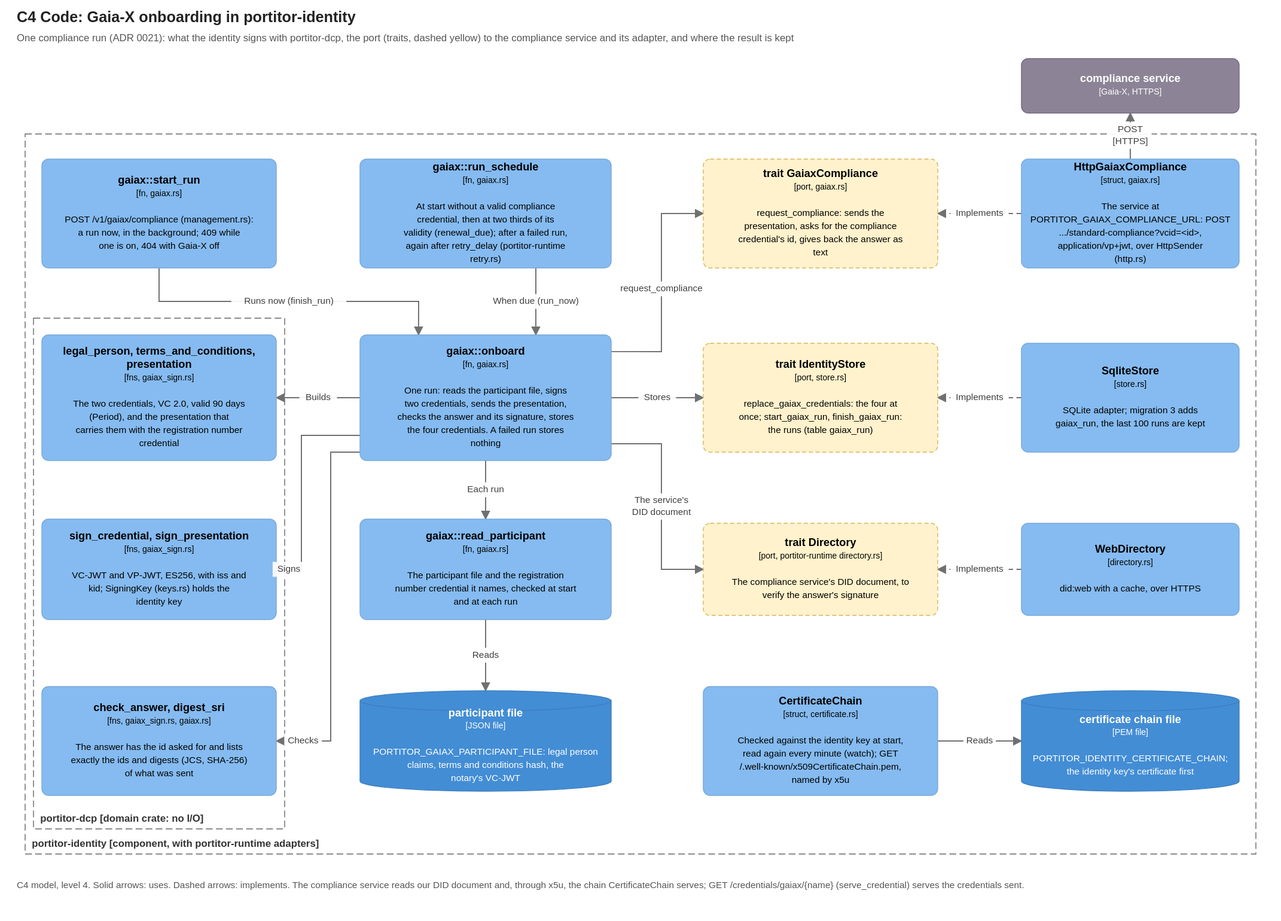
Above: docs/diagrams/c4-gaiax-onboarding-code.drawio.svg in brunopacheco1/portitor (draw.io), before the change. Source tidied: cells renumbered, new cells last; positions are measured from the earlier drawing's top-left corner, leaving out a move shared by most shapes. Source of this version:
```xml
<mxGraphModel background="#FFFFFF">
  <root>
    <mxCell id="0" />
    <mxCell id="1" parent="0" />
    <mxCell id="2" value="C4 Code: Gaia-X onboarding in portitor-identity" style="text;html=1;align=left;verticalAlign=middle;fontSize=18;fontStyle=1;fontColor=#222222;whiteSpace=wrap;" parent="1" vertex="1">
      <mxGeometry width="1490" height="24" as="geometry" />
    </mxCell>
    <mxCell id="3" value="One compliance run (ADR 0021): what the identity signs with portitor-dcp, the port (traits, dashed yellow) to the compliance service and its adapter, and where the result is kept" style="text;html=1;align=left;verticalAlign=middle;fontSize=12;fontStyle=0;fontColor=#555555;whiteSpace=wrap;" parent="1" vertex="1">
      <mxGeometry y="26" width="1490" height="20" as="geometry" />
    </mxCell>
    <mxCell id="4" value="portitor-dcp  [domain crate: no I/O]" style="rounded=0;whiteSpace=wrap;html=1;fillColor=none;dashed=1;dashPattern=8 4;strokeColor=#666666;fontColor=#333333;align=left;verticalAlign=bottom;spacingLeft=8;spacingBottom=4;fontSize=12;fontStyle=1;" parent="1" vertex="1">
      <mxGeometry x="20" y="370" width="300" height="610" as="geometry" />
    </mxCell>
    <mxCell id="5" value="portitor-identity  [component, with portitor-runtime adapters]" style="rounded=0;whiteSpace=wrap;html=1;fillColor=none;dashed=1;dashPattern=8 4;strokeColor=#666666;fontColor=#333333;align=left;verticalAlign=bottom;spacingLeft=8;spacingBottom=4;fontSize=12;fontStyle=1;" parent="1" vertex="1">
      <mxGeometry x="10" y="150" width="1470" height="860" as="geometry" />
    </mxCell>
    <mxCell id="6" value="&lt;b&gt;gaiax::start_run&lt;/b&gt;&lt;br&gt;&lt;font style=&quot;font-size:10px&quot;&gt;[fn, gaiax.rs]&lt;/font&gt;&lt;br&gt;&lt;br&gt;&lt;font style=&quot;font-size:11px&quot;&gt;POST /v1/gaiax/compliance (management.rs): a run now, in the background; 409 while one is on, 404 with Gaia-X off&lt;/font&gt;" style="rounded=1;arcSize=8;whiteSpace=wrap;html=1;fillColor=#85BBF0;strokeColor=#78A8D8;fontColor=#000000;fontSize=13;align=center;verticalAlign=middle;c4Kind=component;c4Name=gaiax::start_run;" parent="1" vertex="1">
      <mxGeometry x="30" y="180" width="280" height="130" as="geometry" />
    </mxCell>
    <mxCell id="7" value="&lt;b&gt;gaiax::run_schedule&lt;/b&gt;&lt;br&gt;&lt;font style=&quot;font-size:10px&quot;&gt;[fn, gaiax.rs]&lt;/font&gt;&lt;br&gt;&lt;br&gt;&lt;font style=&quot;font-size:11px&quot;&gt;At start without a valid compliance credential, then at two thirds of its validity (renewal_due); after a failed run, again after retry_delay (portitor-runtime retry.rs)&lt;/font&gt;" style="rounded=1;arcSize=8;whiteSpace=wrap;html=1;fillColor=#85BBF0;strokeColor=#78A8D8;fontColor=#000000;fontSize=13;align=center;verticalAlign=middle;c4Kind=component;c4Name=gaiax::run_schedule;" parent="1" vertex="1">
      <mxGeometry x="410" y="180" width="300" height="130" as="geometry" />
    </mxCell>
    <mxCell id="8" value="&lt;b&gt;trait GaiaxCompliance&lt;/b&gt;&lt;br&gt;&lt;font style=&quot;font-size:10px&quot;&gt;[port, gaiax.rs]&lt;/font&gt;&lt;br&gt;&lt;br&gt;&lt;font style=&quot;font-size:11px&quot;&gt;request_compliance: sends the presentation, asks for the compliance credential&amp;#x27;s id, gives back the answer as text&lt;/font&gt;" style="rounded=1;arcSize=8;whiteSpace=wrap;html=1;fillColor=#FFF2CC;strokeColor=#D6B656;dashed=1;dashPattern=5 3;fontColor=#000000;fontSize=13;align=center;verticalAlign=middle;c4Kind=port;c4Name=trait GaiaxCompliance;" parent="1" vertex="1">
      <mxGeometry x="820" y="180" width="280" height="130" as="geometry" />
    </mxCell>
    <mxCell id="9" value="&lt;b&gt;HttpGaiaxCompliance&lt;/b&gt;&lt;br&gt;&lt;font style=&quot;font-size:10px&quot;&gt;[struct, gaiax.rs]&lt;/font&gt;&lt;br&gt;&lt;br&gt;&lt;font style=&quot;font-size:11px&quot;&gt;The service at PORTITOR_GAIAX_COMPLIANCE_URL: POST .../standard-compliance?vcid=&amp;lt;id&amp;gt;, application/vp+jwt, over HttpSender (http.rs)&lt;/font&gt;" style="rounded=1;arcSize=8;whiteSpace=wrap;html=1;fillColor=#85BBF0;strokeColor=#78A8D8;fontColor=#000000;fontSize=13;align=center;verticalAlign=middle;c4Kind=component;c4Name=HttpGaiaxCompliance;" parent="1" vertex="1">
      <mxGeometry x="1200" y="180" width="260" height="130" as="geometry" />
    </mxCell>
    <mxCell id="10" value="&lt;b&gt;compliance service&lt;/b&gt;&lt;br&gt;&lt;font style=&quot;font-size:10px&quot;&gt;[Gaia-X, HTTPS]&lt;/font&gt;" style="rounded=1;arcSize=8;whiteSpace=wrap;html=1;fillColor=#8C8496;strokeColor=#736782;fontColor=#FFFFFF;fontSize=13;align=center;verticalAlign=middle;c4Kind=external;c4Name=compliance service;" parent="1" vertex="1">
      <mxGeometry x="1200" y="60" width="260" height="65" as="geometry" />
    </mxCell>
    <mxCell id="11" value="&lt;b&gt;legal_person, terms_and_conditions, presentation&lt;/b&gt;&lt;br&gt;&lt;font style=&quot;font-size:10px&quot;&gt;[fns, gaiax_sign.rs]&lt;/font&gt;&lt;br&gt;&lt;br&gt;&lt;font style=&quot;font-size:11px&quot;&gt;The two credentials, VC 2.0, valid 90 days (Period), and the presentation that carries them with the registration number credential&lt;/font&gt;" style="rounded=1;arcSize=8;whiteSpace=wrap;html=1;fillColor=#85BBF0;strokeColor=#78A8D8;fontColor=#000000;fontSize=13;align=center;verticalAlign=middle;c4Kind=component;c4Name=legal_person, terms_and_conditions, presentation;" parent="1" vertex="1">
      <mxGeometry x="30" y="390" width="280" height="150" as="geometry" />
    </mxCell>
    <mxCell id="12" value="&lt;b&gt;gaiax::onboard&lt;/b&gt;&lt;br&gt;&lt;font style=&quot;font-size:10px&quot;&gt;[fn, gaiax.rs]&lt;/font&gt;&lt;br&gt;&lt;br&gt;&lt;font style=&quot;font-size:11px&quot;&gt;One run: reads the participant file, signs two credentials, sends the presentation, checks the answer and its signature, stores the four credentials. A failed run stores nothing&lt;/font&gt;" style="rounded=1;arcSize=8;whiteSpace=wrap;html=1;fillColor=#85BBF0;strokeColor=#78A8D8;fontColor=#000000;fontSize=13;align=center;verticalAlign=middle;c4Kind=component;c4Name=gaiax::onboard;" parent="1" vertex="1">
      <mxGeometry x="410" y="390" width="300" height="150" as="geometry" />
    </mxCell>
    <mxCell id="13" value="&lt;b&gt;trait IdentityStore&lt;/b&gt;&lt;br&gt;&lt;font style=&quot;font-size:10px&quot;&gt;[port, store.rs]&lt;/font&gt;&lt;br&gt;&lt;br&gt;&lt;font style=&quot;font-size:11px&quot;&gt;replace_gaiax_credentials: the four at once; start_gaiax_run, finish_gaiax_run: the runs (table gaiax_run)&lt;/font&gt;" style="rounded=1;arcSize=8;whiteSpace=wrap;html=1;fillColor=#FFF2CC;strokeColor=#D6B656;dashed=1;dashPattern=5 3;fontColor=#000000;fontSize=13;align=center;verticalAlign=middle;c4Kind=port;c4Name=trait IdentityStore;" parent="1" vertex="1">
      <mxGeometry x="820" y="400" width="280" height="130" as="geometry" />
    </mxCell>
    <mxCell id="14" value="&lt;b&gt;SqliteStore&lt;/b&gt;&lt;br&gt;&lt;font style=&quot;font-size:10px&quot;&gt;[store.rs]&lt;/font&gt;&lt;br&gt;&lt;br&gt;&lt;font style=&quot;font-size:11px&quot;&gt;SQLite adapter; migration 3 adds gaiax_run, the last 100 runs are kept&lt;/font&gt;" style="rounded=1;arcSize=8;whiteSpace=wrap;html=1;fillColor=#85BBF0;strokeColor=#78A8D8;fontColor=#000000;fontSize=13;align=center;verticalAlign=middle;c4Kind=component;c4Name=SqliteStore;" parent="1" vertex="1">
      <mxGeometry x="1200" y="400" width="260" height="130" as="geometry" />
    </mxCell>
    <mxCell id="15" value="&lt;b&gt;sign_credential, sign_presentation&lt;/b&gt;&lt;br&gt;&lt;font style=&quot;font-size:10px&quot;&gt;[fns, gaiax_sign.rs]&lt;/font&gt;&lt;br&gt;&lt;br&gt;&lt;font style=&quot;font-size:11px&quot;&gt;VC-JWT and VP-JWT, ES256, with iss and kid; SigningKey (keys.rs) holds the identity key&lt;/font&gt;" style="rounded=1;arcSize=8;whiteSpace=wrap;html=1;fillColor=#85BBF0;strokeColor=#78A8D8;fontColor=#000000;fontSize=13;align=center;verticalAlign=middle;c4Kind=component;c4Name=sign_credential, sign_presentation;" parent="1" vertex="1">
      <mxGeometry x="30" y="610" width="280" height="120" as="geometry" />
    </mxCell>
    <mxCell id="16" value="&lt;b&gt;gaiax::read_participant&lt;/b&gt;&lt;br&gt;&lt;font style=&quot;font-size:10px&quot;&gt;[fn, gaiax.rs]&lt;/font&gt;&lt;br&gt;&lt;br&gt;&lt;font style=&quot;font-size:11px&quot;&gt;The participant file and the registration number credential it names, checked at start and at each run&lt;/font&gt;" style="rounded=1;arcSize=8;whiteSpace=wrap;html=1;fillColor=#85BBF0;strokeColor=#78A8D8;fontColor=#000000;fontSize=13;align=center;verticalAlign=middle;c4Kind=component;c4Name=gaiax::read_participant;" parent="1" vertex="1">
      <mxGeometry x="410" y="610" width="300" height="120" as="geometry" />
    </mxCell>
    <mxCell id="17" value="&lt;b&gt;trait Directory&lt;/b&gt;&lt;br&gt;&lt;font style=&quot;font-size:10px&quot;&gt;[port, portitor-runtime directory.rs]&lt;/font&gt;&lt;br&gt;&lt;br&gt;&lt;font style=&quot;font-size:11px&quot;&gt;The compliance service&amp;#x27;s DID document, to verify the answer&amp;#x27;s signature&lt;/font&gt;" style="rounded=1;arcSize=8;whiteSpace=wrap;html=1;fillColor=#FFF2CC;strokeColor=#D6B656;dashed=1;dashPattern=5 3;fontColor=#000000;fontSize=13;align=center;verticalAlign=middle;c4Kind=port;c4Name=trait Directory;" parent="1" vertex="1">
      <mxGeometry x="820" y="615" width="280" height="110" as="geometry" />
    </mxCell>
    <mxCell id="18" value="&lt;b&gt;WebDirectory&lt;/b&gt;&lt;br&gt;&lt;font style=&quot;font-size:10px&quot;&gt;[directory.rs]&lt;/font&gt;&lt;br&gt;&lt;br&gt;&lt;font style=&quot;font-size:11px&quot;&gt;did:web with a cache, over HTTPS&lt;/font&gt;" style="rounded=1;arcSize=8;whiteSpace=wrap;html=1;fillColor=#85BBF0;strokeColor=#78A8D8;fontColor=#000000;fontSize=13;align=center;verticalAlign=middle;c4Kind=component;c4Name=WebDirectory;" parent="1" vertex="1">
      <mxGeometry x="1200" y="615" width="260" height="110" as="geometry" />
    </mxCell>
    <mxCell id="19" value="&lt;b&gt;check_answer, digest_sri&lt;/b&gt;&lt;br&gt;&lt;font style=&quot;font-size:10px&quot;&gt;[fns, gaiax_sign.rs, gaiax.rs]&lt;/font&gt;&lt;br&gt;&lt;br&gt;&lt;font style=&quot;font-size:11px&quot;&gt;The answer has the id asked for and lists exactly the ids and digests (JCS, SHA-256) of what was sent&lt;/font&gt;" style="rounded=1;arcSize=8;whiteSpace=wrap;html=1;fillColor=#85BBF0;strokeColor=#78A8D8;fontColor=#000000;fontSize=13;align=center;verticalAlign=middle;c4Kind=component;c4Name=check_answer, digest_sri;" parent="1" vertex="1">
      <mxGeometry x="30" y="810" width="280" height="130" as="geometry" />
    </mxCell>
    <mxCell id="20" value="&lt;b&gt;participant file&lt;/b&gt;&lt;br&gt;&lt;font style=&quot;font-size:10px&quot;&gt;[JSON file]&lt;/font&gt;&lt;br&gt;&lt;br&gt;&lt;font style=&quot;font-size:11px&quot;&gt;PORTITOR_GAIAX_PARTICIPANT_FILE: legal person claims, terms and conditions hash, the notary&amp;#x27;s VC-JWT&lt;/font&gt;" style="shape=cylinder3;size=12;boundedLbl=1;whiteSpace=wrap;html=1;fillColor=#438DD5;strokeColor=#3C7FC0;fontColor=#FFFFFF;fontSize=13;align=center;verticalAlign=middle;c4Kind=database;c4Name=participant file;" parent="1" vertex="1">
      <mxGeometry x="410" y="815" width="300" height="120" as="geometry" />
    </mxCell>
    <mxCell id="21" value="&lt;b&gt;CertificateChain&lt;/b&gt;&lt;br&gt;&lt;font style=&quot;font-size:10px&quot;&gt;[struct, certificate.rs]&lt;/font&gt;&lt;br&gt;&lt;br&gt;&lt;font style=&quot;font-size:11px&quot;&gt;Checked against the identity key at start, read again every minute (watch); GET /.well-known/x509CertificateChain.pem, named by x5u&lt;/font&gt;" style="rounded=1;arcSize=8;whiteSpace=wrap;html=1;fillColor=#85BBF0;strokeColor=#78A8D8;fontColor=#000000;fontSize=13;align=center;verticalAlign=middle;c4Kind=component;c4Name=CertificateChain;" parent="1" vertex="1">
      <mxGeometry x="820" y="810" width="280" height="130" as="geometry" />
    </mxCell>
    <mxCell id="22" value="&lt;b&gt;certificate chain file&lt;/b&gt;&lt;br&gt;&lt;font style=&quot;font-size:10px&quot;&gt;[PEM file]&lt;/font&gt;&lt;br&gt;&lt;br&gt;&lt;font style=&quot;font-size:11px&quot;&gt;PORTITOR_IDENTITY_CERTIFICATE_CHAIN; the identity key&amp;#x27;s certificate first&lt;/font&gt;" style="shape=cylinder3;size=12;boundedLbl=1;whiteSpace=wrap;html=1;fillColor=#438DD5;strokeColor=#3C7FC0;fontColor=#FFFFFF;fontSize=13;align=center;verticalAlign=middle;c4Kind=database;c4Name=certificate chain file;" parent="1" vertex="1">
      <mxGeometry x="1200" y="815" width="260" height="120" as="geometry" />
    </mxCell>
    <mxCell id="23" value="Runs now (finish_run)" style="endArrow=blockThin;endFill=1;html=1;rounded=0;strokeColor=#707070;fontSize=11;fontColor=#404040;labelBackgroundColor=#FFFFFF;exitX=0.500;exitY=1.000;exitPerimeter=0;entryX=0.233;entryY=0.000;entryPerimeter=0;" parent="1" edge="1" source="6" target="12">
      <mxGeometry relative="1" as="geometry">
        <Array as="points">
          <mxPoint x="170" y="350" />
          <mxPoint x="480" y="350" />
        </Array>
      </mxGeometry>
    </mxCell>
    <mxCell id="24" value="When due (run_now)" style="endArrow=blockThin;endFill=1;html=1;rounded=0;strokeColor=#707070;fontSize=11;fontColor=#404040;labelBackgroundColor=#FFFFFF;exitX=0.700;exitY=1.000;exitPerimeter=0;entryX=0.700;entryY=0.000;entryPerimeter=0;" parent="1" edge="1" source="7" target="12">
      <mxGeometry relative="1" as="geometry" />
    </mxCell>
    <mxCell id="25" value="request_compliance" style="endArrow=blockThin;endFill=1;html=1;rounded=0;strokeColor=#707070;fontSize=11;fontColor=#404040;labelBackgroundColor=#FFFFFF;exitX=1.000;exitY=0.133;exitPerimeter=0;entryX=0.000;entryY=0.500;entryPerimeter=0;" parent="1" edge="1" source="12" target="8">
      <mxGeometry relative="1" as="geometry">
        <Array as="points">
          <mxPoint x="770" y="410" />
          <mxPoint x="770" y="245" />
        </Array>
      </mxGeometry>
    </mxCell>
    <mxCell id="26" value="Builds" style="endArrow=blockThin;endFill=1;html=1;rounded=0;strokeColor=#707070;fontSize=11;fontColor=#404040;labelBackgroundColor=#FFFFFF;exitX=0.000;exitY=0.500;exitPerimeter=0;entryX=1.000;entryY=0.500;entryPerimeter=0;" parent="1" edge="1" source="12" target="11">
      <mxGeometry relative="1" as="geometry" />
    </mxCell>
    <mxCell id="27" value="Signs" style="endArrow=blockThin;endFill=1;html=1;rounded=0;strokeColor=#707070;fontSize=11;fontColor=#404040;labelBackgroundColor=#FFFFFF;exitX=0.000;exitY=0.800;exitPerimeter=0;entryX=1.000;entryY=0.500;entryPerimeter=0;" parent="1" edge="1" source="12" target="15">
      <mxGeometry relative="1" as="geometry">
        <Array as="points">
          <mxPoint x="340" y="510" />
          <mxPoint x="340" y="670" />
        </Array>
      </mxGeometry>
    </mxCell>
    <mxCell id="28" value="Checks" style="endArrow=blockThin;endFill=1;html=1;rounded=0;strokeColor=#707070;fontSize=11;fontColor=#404040;labelBackgroundColor=#FFFFFF;exitX=0.000;exitY=0.933;exitPerimeter=0;entryX=1.000;entryY=0.500;entryPerimeter=0;" parent="1" edge="1" source="12" target="19">
      <mxGeometry relative="1" as="geometry">
        <Array as="points">
          <mxPoint x="375" y="530" />
          <mxPoint x="375" y="875" />
        </Array>
      </mxGeometry>
    </mxCell>
    <mxCell id="29" value="Stores" style="endArrow=blockThin;endFill=1;html=1;rounded=0;strokeColor=#707070;fontSize=11;fontColor=#404040;labelBackgroundColor=#FFFFFF;exitX=1.000;exitY=0.500;exitPerimeter=0;entryX=0.000;entryY=0.500;entryPerimeter=0;" parent="1" edge="1" source="12" target="13">
      <mxGeometry relative="1" as="geometry" />
    </mxCell>
    <mxCell id="30" value="The service's DID document" style="endArrow=blockThin;endFill=1;html=1;rounded=0;strokeColor=#707070;fontSize=11;fontColor=#404040;labelBackgroundColor=#FFFFFF;exitX=1.000;exitY=0.867;exitPerimeter=0;entryX=0.000;entryY=0.500;entryPerimeter=0;" parent="1" edge="1" source="12" target="17">
      <mxGeometry relative="1" as="geometry">
        <Array as="points">
          <mxPoint x="770" y="520" />
          <mxPoint x="770" y="670" />
        </Array>
      </mxGeometry>
    </mxCell>
    <mxCell id="31" value="Each run" style="endArrow=blockThin;endFill=1;html=1;rounded=0;strokeColor=#707070;fontSize=11;fontColor=#404040;labelBackgroundColor=#FFFFFF;exitX=0.500;exitY=1.000;exitPerimeter=0;entryX=0.500;entryY=0.000;entryPerimeter=0;" parent="1" edge="1" source="12" target="16">
      <mxGeometry relative="1" as="geometry" />
    </mxCell>
    <mxCell id="32" value="Reads" style="endArrow=blockThin;endFill=1;html=1;rounded=0;strokeColor=#707070;fontSize=11;fontColor=#404040;labelBackgroundColor=#FFFFFF;exitX=0.500;exitY=1.000;exitPerimeter=0;entryX=0.500;entryY=0.000;entryPerimeter=0;" parent="1" edge="1" source="16" target="20">
      <mxGeometry relative="1" as="geometry" />
    </mxCell>
    <mxCell id="33" value="POST&#10;[HTTPS]" style="endArrow=blockThin;endFill=1;html=1;rounded=0;strokeColor=#707070;fontSize=11;fontColor=#404040;labelBackgroundColor=#FFFFFF;exitX=0.500;exitY=0.000;exitPerimeter=0;entryX=0.500;entryY=1.000;entryPerimeter=0;" parent="1" edge="1" source="9" target="10">
      <mxGeometry relative="1" as="geometry" />
    </mxCell>
    <mxCell id="34" value="Reads" style="endArrow=blockThin;endFill=1;html=1;rounded=0;strokeColor=#707070;fontSize=11;fontColor=#404040;labelBackgroundColor=#FFFFFF;exitX=1.000;exitY=0.500;exitPerimeter=0;entryX=0.000;entryY=0.500;entryPerimeter=0;" parent="1" edge="1" source="21" target="22">
      <mxGeometry relative="1" as="geometry" />
    </mxCell>
    <mxCell id="35" value="Implements" style="endArrow=blockThin;endFill=1;html=1;rounded=0;strokeColor=#707070;fontSize=11;fontColor=#404040;labelBackgroundColor=#FFFFFF;dashed=1;exitX=0.000;exitY=0.500;exitPerimeter=0;entryX=1.000;entryY=0.500;entryPerimeter=0;" parent="1" edge="1" source="9" target="8">
      <mxGeometry relative="1" as="geometry" />
    </mxCell>
    <mxCell id="36" value="Implements" style="endArrow=blockThin;endFill=1;html=1;rounded=0;strokeColor=#707070;fontSize=11;fontColor=#404040;labelBackgroundColor=#FFFFFF;dashed=1;exitX=0.000;exitY=0.500;exitPerimeter=0;entryX=1.000;entryY=0.500;entryPerimeter=0;" parent="1" edge="1" source="14" target="13">
      <mxGeometry relative="1" as="geometry" />
    </mxCell>
    <mxCell id="37" value="Implements" style="endArrow=blockThin;endFill=1;html=1;rounded=0;strokeColor=#707070;fontSize=11;fontColor=#404040;labelBackgroundColor=#FFFFFF;dashed=1;exitX=0.000;exitY=0.500;exitPerimeter=0;entryX=1.000;entryY=0.500;entryPerimeter=0;" parent="1" edge="1" source="18" target="17">
      <mxGeometry relative="1" as="geometry" />
    </mxCell>
    <mxCell id="38" value="C4 model, level 4. Solid arrows: uses. Dashed arrows: implements. The compliance service reads our DID document and, through x5u, the chain CertificateChain serves; GET /credentials/gaiax/{name} (serve_credential) serves the credentials sent." style="text;html=1;align=left;verticalAlign=top;fontSize=11;fontColor=#555555;whiteSpace=wrap;" parent="1" vertex="1">
      <mxGeometry y="1030" width="1490" height="40" as="geometry" />
    </mxCell>
  </root>
</mxGraphModel>
```
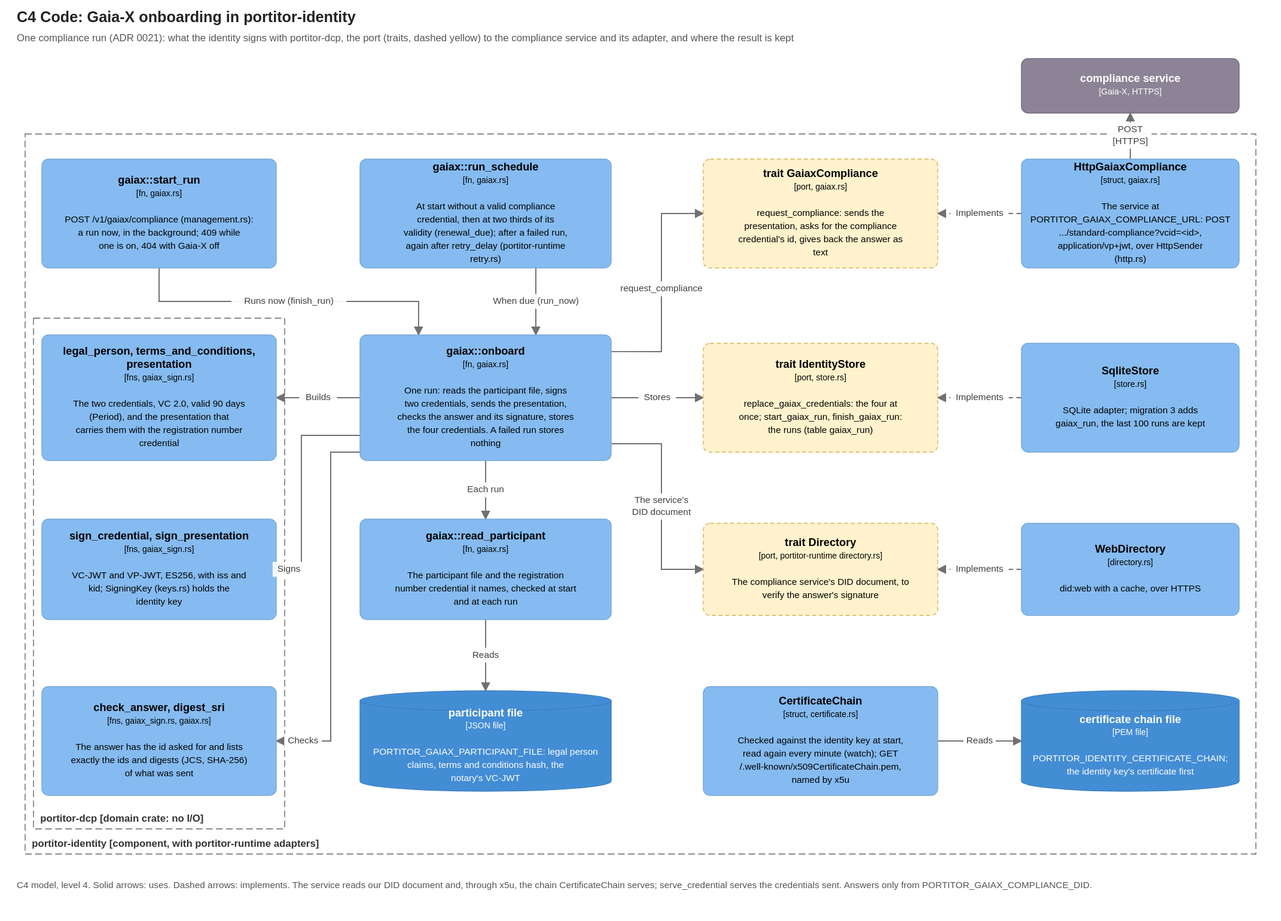
The same file after the commit.

Commit message:
Diagrams and ARCHITECTURE: compliance issuer pin, untrusted compliance services skipped, routes below the DID path

Change to the diagram source:
```diff
@@ -135,7 +135,7 @@
     <mxCell id="37" value="Implements" style="endArrow=blockThin;endFill=1;html=1;rounded=0;strokeColor=#707070;fontSize=11;fontColor=#404040;labelBackgroundColor=#FFFFFF;dashed=1;exitX=0.000;exitY=0.500;exitPerimeter=0;entryX=1.000;entryY=0.500;entryPerimeter=0;" parent="1" edge="1" source="18" target="17">
       <mxGeometry relative="1" as="geometry" />
     </mxCell>
-    <mxCell id="38" value="C4 model, level 4. Solid arrows: uses. Dashed arrows: implements. The compliance service reads our DID document and, through x5u, the chain CertificateChain serves; GET /credentials/gaiax/{name} (serve_credential) serves the credentials sent." style="text;html=1;align=left;verticalAlign=top;fontSize=11;fontColor=#555555;whiteSpace=wrap;" parent="1" vertex="1">
+    <mxCell id="38" value="C4 model, level 4. Solid arrows: uses. Dashed arrows: implements. The service reads our DID document and, through x5u, the chain CertificateChain serves; serve_credential serves the credentials sent. Answers only from PORTITOR_GAIAX_COMPLIANCE_DID." style="text;html=1;align=left;verticalAlign=top;fontSize=11;fontColor=#555555;whiteSpace=wrap;" parent="1" vertex="1">
       <mxGeometry y="1030" width="1490" height="40" as="geometry" />
     </mxCell>
   </root>
```
